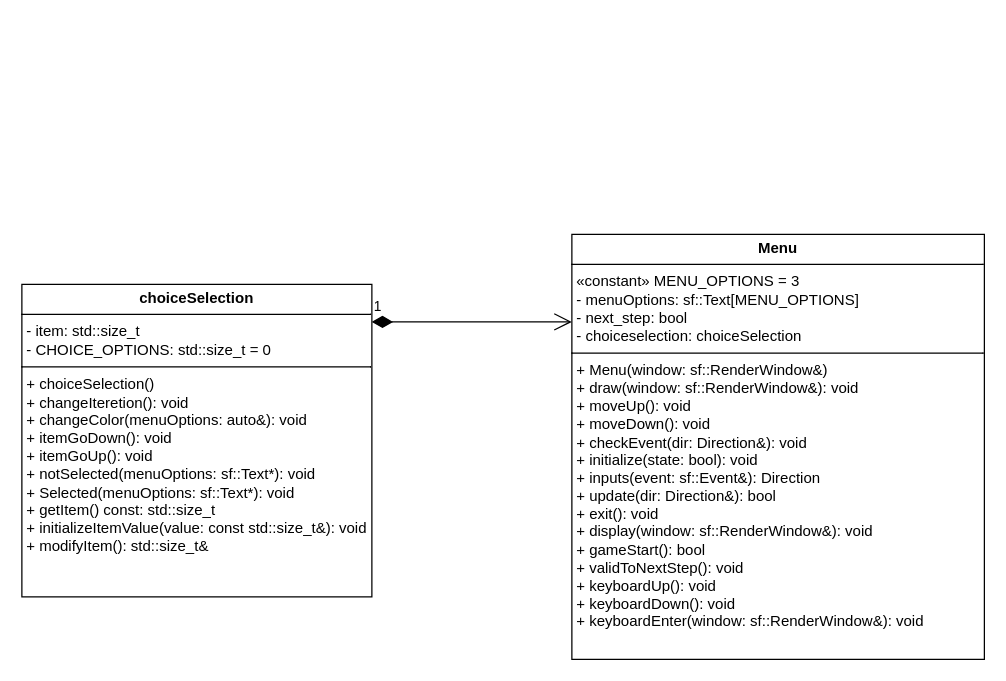
The draw.io diagram page "Menu" (5 of 5) of Diagramme sans nom.drawio in Bird120/FlightToHFT, before the edit. Source tidied: cells renumbered, new cells numbered last; positions are measured from the earlier drawing's top-left corner, leaving out a move shared by most shapes. Both pictures are drawn from the tidied source at 125%, with x=0, y=0 at pixel (21, 234).
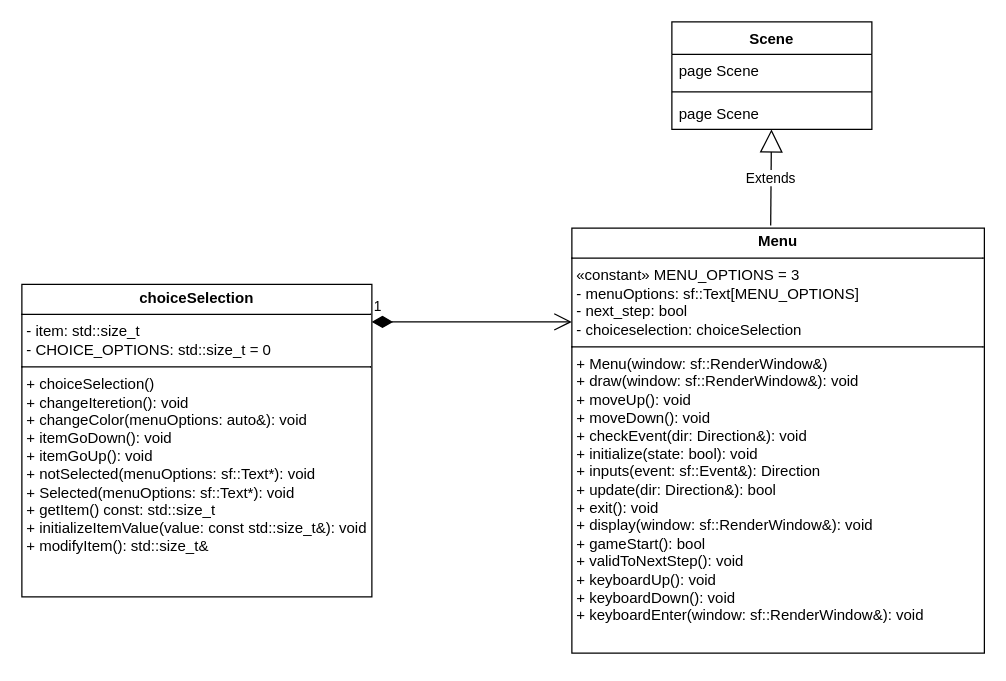
After the change.

Diff of the diagram source:
```diff
@@
 <mxGraphModel>
   <root>
     <mxCell id="0" />
     <mxCell id="1" parent="0" />
     <mxCell id="2" value="&lt;p style=&quot;margin:0px;margin-top:4px;text-align:center;&quot;&gt;&lt;b&gt;Menu&lt;/b&gt;&lt;/p&gt;&lt;hr size=&quot;1&quot; style=&quot;border-style:solid;&quot;&gt;&lt;p style=&quot;margin:0px;margin-left:4px;&quot;&gt;«constant» MENU_OPTIONS = 3&lt;/p&gt;&lt;p style=&quot;margin:0px;margin-left:4px;&quot;&gt;- menuOptions: sf::Text[MENU_OPTIONS]&lt;br&gt;- next_step: bool&lt;br&gt;- choiceselection: choiceSelection&lt;/p&gt;&lt;hr size=&quot;1&quot; style=&quot;border-style:solid;&quot;&gt;&lt;p style=&quot;margin:0px;margin-left:4px;&quot;&gt;+ Menu(window: sf::RenderWindow&amp;amp;)&lt;br&gt;+ draw(window: sf::RenderWindow&amp;amp;): void&lt;br&gt;+ moveUp(): void&lt;br&gt;+ moveDown(): void&lt;br&gt;+ checkEvent(dir: Direction&amp;amp;): void&lt;br&gt;+ initialize(state: bool): void&lt;br&gt;+ inputs(event: sf::Event&amp;amp;): Direction&lt;br&gt;+ update(dir: Direction&amp;amp;): bool&lt;br&gt;+ exit(): void&lt;br&gt;+ display(window: sf::RenderWindow&amp;amp;): void&lt;br&gt;+ gameStart(): bool&lt;br&gt;+ validToNextStep(): void&lt;br&gt;+ keyboardUp(): void&lt;br&gt;+ keyboardDown(): void&lt;br&gt;+ keyboardEnter(window: sf::RenderWindow&amp;amp;): void&lt;/p&gt;" style="verticalAlign=top;align=left;overflow=fill;html=1;whiteSpace=wrap;" parent="1" vertex="1">
-      <mxGeometry x="440" width="330" height="340" as="geometry" />
+      <mxGeometry x="440" y="-5" width="330" height="340" as="geometry" />
     </mxCell>
     <mxCell id="3" value="&lt;p style=&quot;margin:0px;margin-top:4px;text-align:center;&quot;&gt;&lt;b&gt;choiceSelection&lt;/b&gt;&lt;/p&gt;&lt;hr size=&quot;1&quot; style=&quot;border-style:solid;&quot;&gt;&lt;p style=&quot;margin:0px;margin-left:4px;&quot;&gt;- item: std::size_t&lt;br&gt;- CHOICE_OPTIONS: std::size_t = 0&lt;/p&gt;&lt;hr size=&quot;1&quot; style=&quot;border-style:solid;&quot;&gt;&lt;p style=&quot;margin:0px;margin-left:4px;&quot;&gt;+ choiceSelection()&lt;br&gt;+ changeIteretion(): void&lt;br&gt;+ changeColor(menuOptions: auto&amp;amp;): void&lt;br&gt;+ itemGoDown(): void&lt;br&gt;+ itemGoUp(): void&lt;br&gt;+ notSelected(menuOptions: sf::Text*): void&lt;br&gt;+ Selected(menuOptions: sf::Text*): void&lt;br&gt;+ getItem() const: std::size_t&lt;br&gt;+ initializeItemValue(value: const std::size_t&amp;amp;): void&lt;br&gt;+ modifyItem(): std::size_t&amp;amp;&lt;/p&gt;" style="verticalAlign=top;align=left;overflow=fill;html=1;whiteSpace=wrap;" parent="1" vertex="1">
       <mxGeometry y="40" width="280" height="250" as="geometry" />
     </mxCell>
     <mxCell id="4" value="1" style="endArrow=open;html=1;endSize=12;startArrow=diamondThin;startSize=14;startFill=1;edgeStyle=orthogonalEdgeStyle;align=left;verticalAlign=bottom;rounded=0;" parent="1" edge="1">
       <mxGeometry x="-1" y="3" relative="1" as="geometry">
         <mxPoint x="280" y="70" as="sourcePoint" />
         <mxPoint x="440" y="70" as="targetPoint" />
       </mxGeometry>
     </mxCell>
+    <mxCell id="5" value="Scene" style="swimlane;fontStyle=1;align=center;verticalAlign=top;horizontal=1;startSize=26;whiteSpace=wrap;html=1;" parent="1" vertex="1">
+      <mxGeometry x="520" y="-170" width="160" height="86" as="geometry" />
+    </mxCell>
+    <mxCell id="6" value="page Scene&amp;nbsp;" style="text;strokeColor=none;fillColor=none;align=left;verticalAlign=top;spacingLeft=4;spacingRight=4;overflow=hidden;whiteSpace=wrap;html=1;" parent="5" vertex="1">
+      <mxGeometry y="26" width="160" height="26" as="geometry" />
+    </mxCell>
+    <mxCell id="7" style="line;strokeWidth=1;fillColor=none;align=left;verticalAlign=middle;spacingTop=-1;spacingLeft=3;spacingRight=3;labelPosition=right;strokeColor=inherit;" parent="5" vertex="1">
+      <mxGeometry y="52" width="160" height="8" as="geometry" />
+    </mxCell>
+    <mxCell id="8" value="page Scene" style="text;strokeColor=none;fillColor=none;align=left;verticalAlign=top;spacingLeft=4;spacingRight=4;overflow=hidden;whiteSpace=wrap;html=1;" parent="5" vertex="1">
+      <mxGeometry y="60" width="160" height="26" as="geometry" />
+    </mxCell>
+    <mxCell id="9" value="Extends" style="endArrow=block;endSize=16;endFill=0;html=1;rounded=0;exitX=0.482;exitY=-0.006;exitDx=0;exitDy=0;exitPerimeter=0;" parent="1" edge="1" source="2" target="5">
+      <mxGeometry relative="1" as="geometry" />
+    </mxCell>
   </root>
 </mxGraphModel>
```
